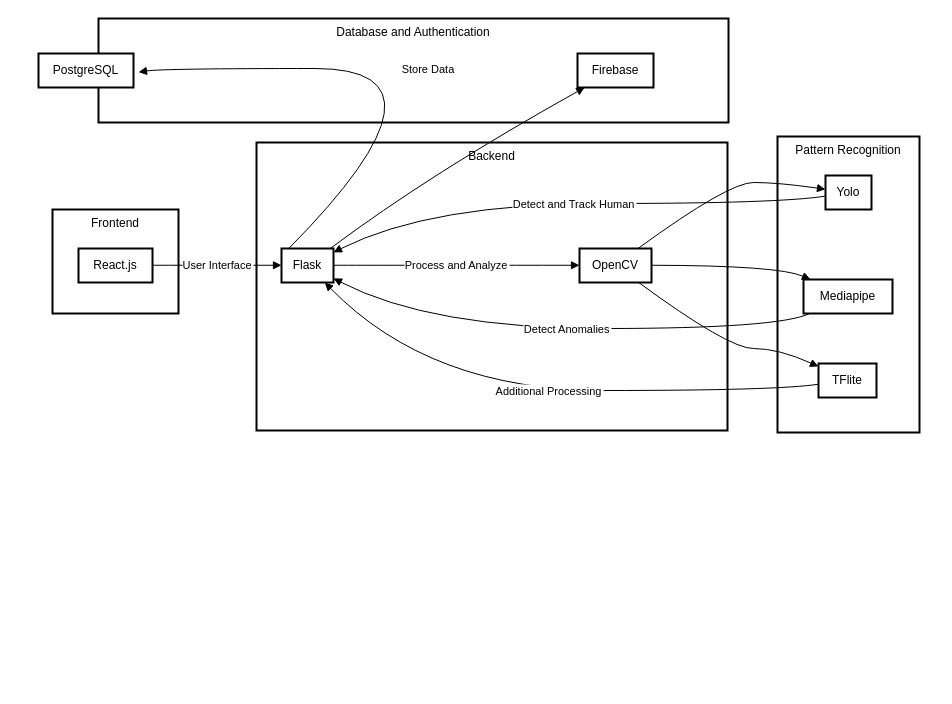
This is Untitled Diagram.drawio from Aakashdeep-Srivastava/SIH-23, a draw.io file, before an edit. Source tidied: cells renumbered, new cells numbered last; positions are measured from the earlier drawing's top-left corner, leaving out a move shared by most shapes. Both pictures are drawn from the tidied source at 100%, with x=0, y=0 at pixel (38, 18). Pictures stored in the file or linked from it are replaced by grey dashed boxes.
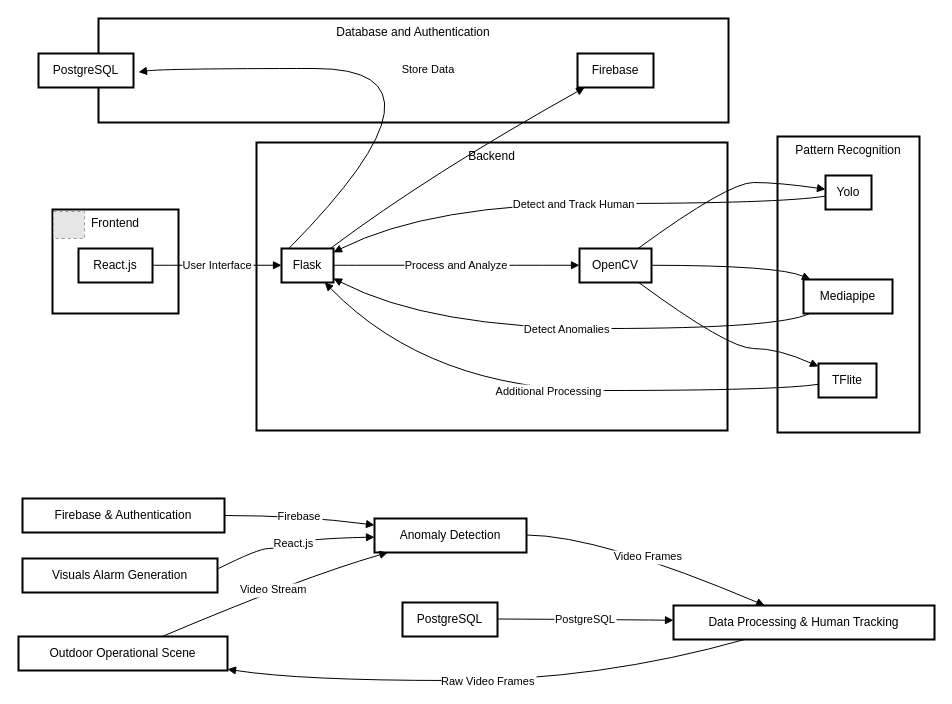
The same diagram, later.

Change to the diagram source:
```diff
@@
+    <mxCell id="24" value="Outdoor Operational Scene" style="whiteSpace=wrap;strokeWidth=2;" parent="1" vertex="1">
+      <mxGeometry x="-20" y="618" width="209" height="34" as="geometry" />
+    </mxCell>
+    <mxCell id="25" value="Anomaly Detection" style="whiteSpace=wrap;strokeWidth=2;" parent="1" vertex="1">
+      <mxGeometry x="336" y="500" width="152" height="34" as="geometry" />
+    </mxCell>
+    <mxCell id="26" value="Data Processing &amp; Human Tracking" style="whiteSpace=wrap;strokeWidth=2;" parent="1" vertex="1">
+      <mxGeometry x="635" y="587" width="261" height="34" as="geometry" />
+    </mxCell>
+    <mxCell id="27" value="Firebase &amp; Authentication" style="whiteSpace=wrap;strokeWidth=2;" parent="1" vertex="1">
+      <mxGeometry x="-16" y="480" width="202" height="34" as="geometry" />
+    </mxCell>
+    <mxCell id="28" value="PostgreSQL" style="whiteSpace=wrap;strokeWidth=2;" parent="1" vertex="1">
+      <mxGeometry x="364" y="584" width="95" height="34" as="geometry" />
+    </mxCell>
+    <mxCell id="29" value="Visuals Alarm Generation" style="whiteSpace=wrap;strokeWidth=2;" parent="1" vertex="1">
+      <mxGeometry x="-16" y="540" width="195" height="34" as="geometry" />
+    </mxCell>
+    <mxCell id="30" value="Video Stream" style="curved=1;startArrow=none;endArrow=block;exitX=0.6904479640560044;exitY=-0.007352941176470588;entryX=0.1005186305607768;entryY=0.9852941176470589;rounded=0;" parent="1" edge="1" source="24" target="25">
+      <mxGeometry relative="1" as="geometry">
+        <Array as="points">
+          <mxPoint x="263" y="559" />
+        </Array>
+      </mxGeometry>
+    </mxCell>
+    <mxCell id="31" value="Video Frames" style="curved=1;startArrow=none;endArrow=block;exitX=0.9973787006578947;exitY=0.4852941176470588;entryX=0.34967056650246325;entryY=0;rounded=0;" parent="1" edge="1" source="25" target="26">
+      <mxGeometry relative="1" as="geometry">
+        <Array as="points">
+          <mxPoint x="561" y="517" />
+        </Array>
+      </mxGeometry>
+    </mxCell>
+    <mxCell id="32" value="Raw Video Frames" style="curved=1;startArrow=none;endArrow=block;exitX=0.27223553722420385;exitY=1;entryX=1.0014578349282297;entryY=0.9642629196904885;rounded=0;" parent="1" edge="1" source="26" target="24">
+      <mxGeometry relative="1" as="geometry">
+        <Array as="points">
+          <mxPoint x="561" y="662" />
+          <mxPoint x="263" y="662" />
+        </Array>
+      </mxGeometry>
+    </mxCell>
+    <mxCell id="33" value="Firebase" style="curved=1;startArrow=none;endArrow=block;exitX=0.9981435643564357;exitY=0.5;entryX=-0.0020045230263157896;entryY=0.19322702104779896;rounded=0;" parent="1" edge="1" source="27" target="25">
+      <mxGeometry relative="1" as="geometry">
+        <Array as="points">
+          <mxPoint x="263" y="497" />
+        </Array>
+      </mxGeometry>
+    </mxCell>
+    <mxCell id="34" value="PostgreSQL" style="curved=1;startArrow=none;endArrow=block;exitX=1.001891447368421;exitY=0.4852941176470588;entryX=0.0013469827586206897;entryY=0.43424174742665317;rounded=0;" parent="1" edge="1" source="28" target="26">
+      <mxGeometry relative="1" as="geometry">
+        <Array as="points">
+          <mxPoint x="561" y="601" />
+        </Array>
+      </mxGeometry>
+    </mxCell>
+    <mxCell id="35" value="React.js" style="startArrow=none;endArrow=block;curved=1;" parent="1" edge="1" target="25">
+      <mxGeometry relative="1" as="geometry">
+        <mxPoint x="180" y="550" as="sourcePoint" />
+        <Array as="points">
+          <mxPoint x="220" y="530" />
+          <mxPoint x="240" y="530" />
+          <mxPoint x="270" y="520" />
+        </Array>
+      </mxGeometry>
+    </mxCell>
+    <mxCell id="36" style="fillColor=#E6E6E6;strokeColor=#999999;dashed=1;verticalLabelPosition=bottom;labelBackgroundColor=default;verticalAlign=top;" parent="1" vertex="1">
+      <mxGeometry x="15" y="193" width="31.1" height="27" as="geometry" />
+    </mxCell>
```
